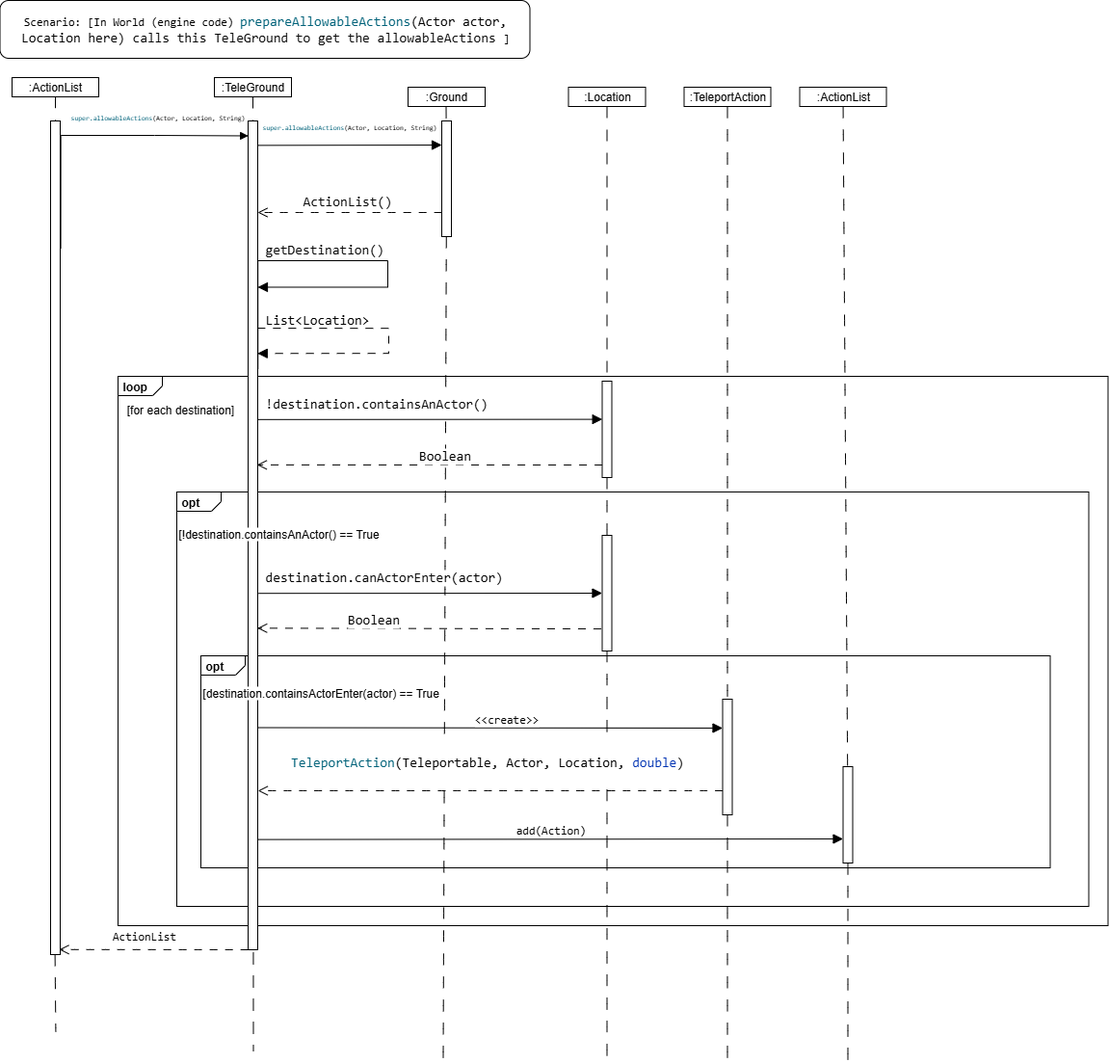
The draw.io diagram docs/sequencesDiagram/SDiagram_R1.png in MinZY12138/finalA3, before a commit. Source tidied: cells renumbered, new cells last; positions are measured from the earlier drawing's top-left corner, leaving out a move shared by most shapes.
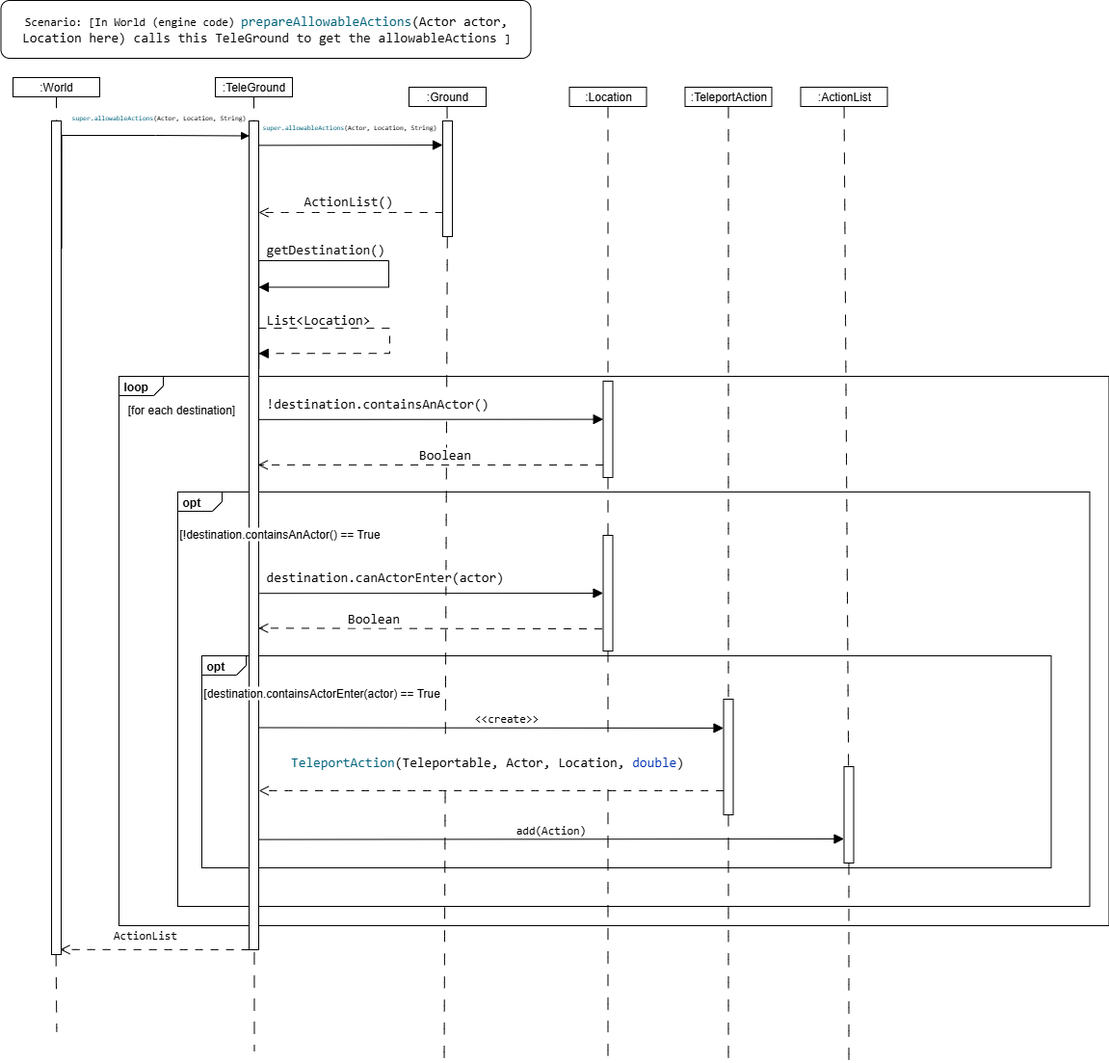
After the commit.

What changed in the source:
```diff
@@ -214,7 +214,7 @@
         <mxPoint x="433.4" y="1070" as="targetPoint" />
       </mxGeometry>
     </mxCell>
-    <mxCell id="55" value=":ActionList" style="rounded=0;whiteSpace=wrap;html=1;" parent="1" vertex="1">
+    <mxCell id="55" value=":World" style="rounded=0;whiteSpace=wrap;html=1;" parent="1" vertex="1">
       <mxGeometry x="388" y="80" width="90" height="20" as="geometry" />
     </mxCell>
     <mxCell id="56" style="edgeStyle=none;curved=1;jettySize=auto;html=1;fontSize=12;startSize=8;endSize=8;dashed=1;dashPattern=12 12;endArrow=none;endFill=0;" parent="1" edge="1" source="55" target="57">
```
